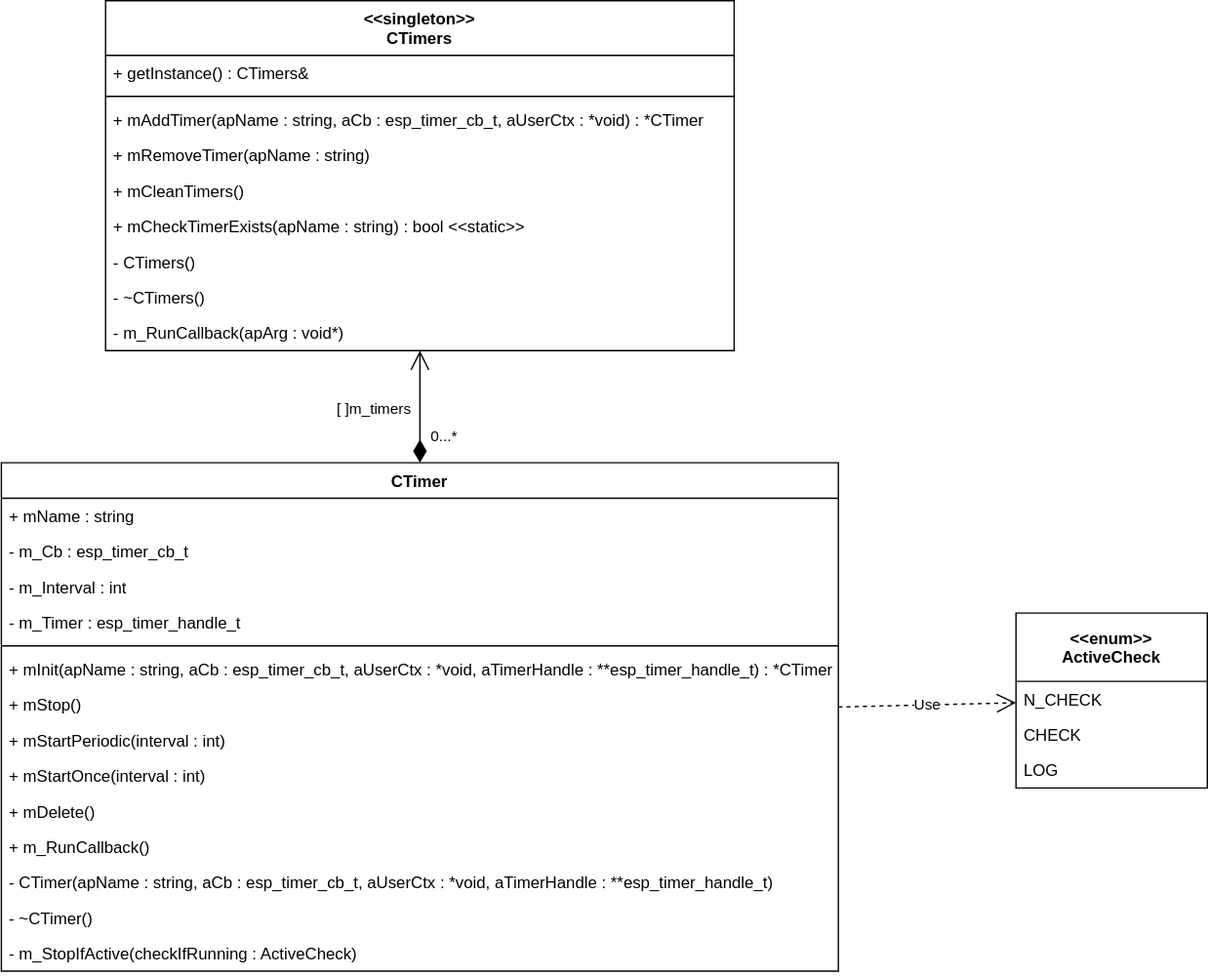
SenseBoxTI/FirmwareDesign keeps this draw.io diagram as uml/timers.drawio.svg. Above is the earlier version. Source tidied: cells renumbered, new cells last; positions are measured from the earlier drawing's top-left corner, leaving out a move shared by most shapes.
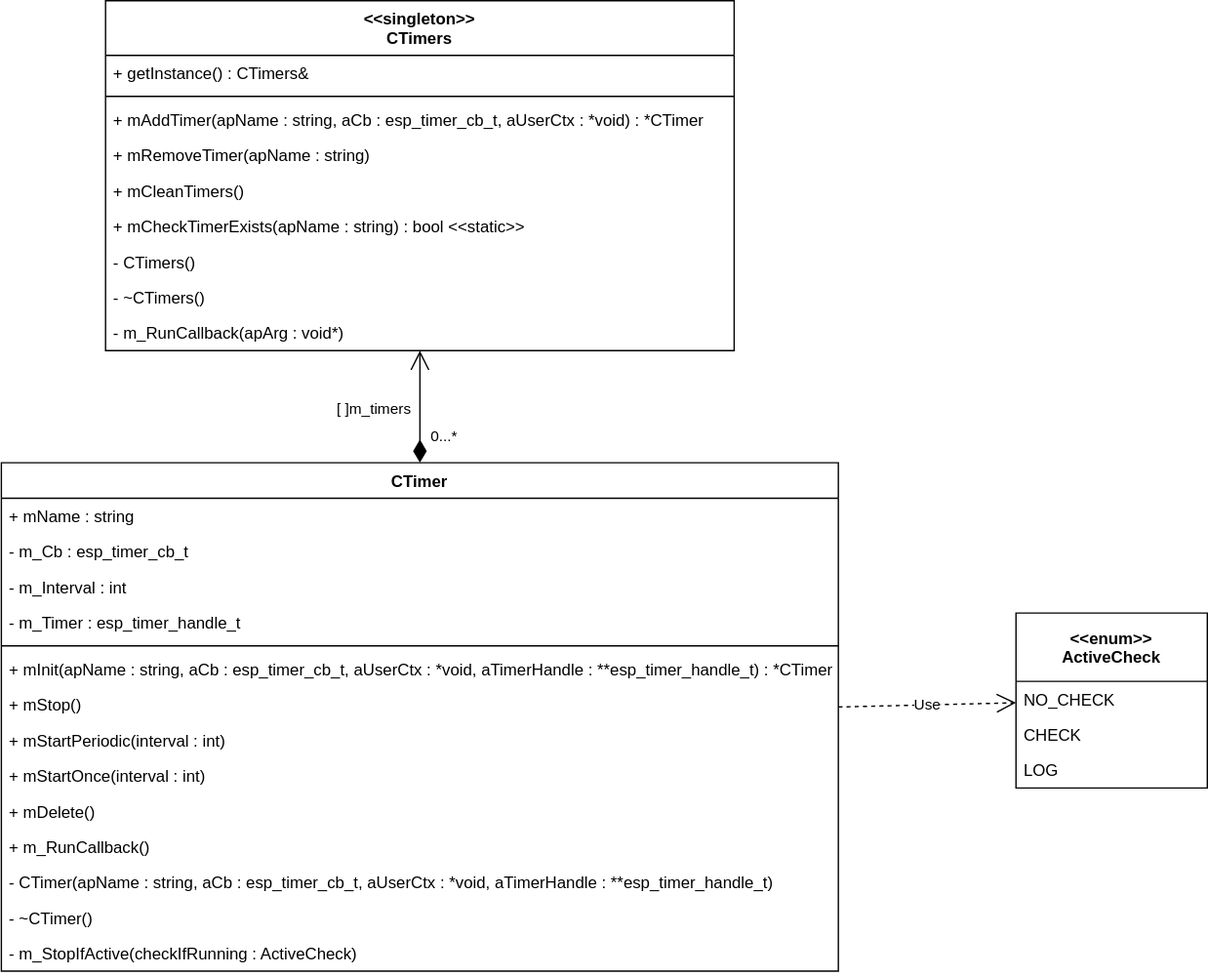
Above is the later version.

Diff of the diagram source:
```diff
@@ -88,7 +88,7 @@
     <mxCell id="29" value="&lt;&lt;enum&gt;&gt;&#10;ActiveCheck" style="swimlane;fontStyle=1;horizontal=1;startSize=50;fillColor=none;" parent="1" vertex="1">
       <mxGeometry x="742" y="448" width="140" height="128" as="geometry" />
     </mxCell>
-    <mxCell id="30" value="N_CHECK" style="text;strokeColor=none;fillColor=none;align=left;verticalAlign=top;spacingLeft=4;spacingRight=4;overflow=hidden;" parent="29" vertex="1">
+    <mxCell id="30" value="NO_CHECK" style="text;strokeColor=none;fillColor=none;align=left;verticalAlign=top;spacingLeft=4;spacingRight=4;overflow=hidden;" parent="29" vertex="1">
       <mxGeometry y="50" width="140" height="26" as="geometry" />
     </mxCell>
     <mxCell id="31" value="CHECK" style="text;strokeColor=none;fillColor=none;align=left;verticalAlign=top;spacingLeft=4;spacingRight=4;overflow=hidden;" parent="29" vertex="1">
```
